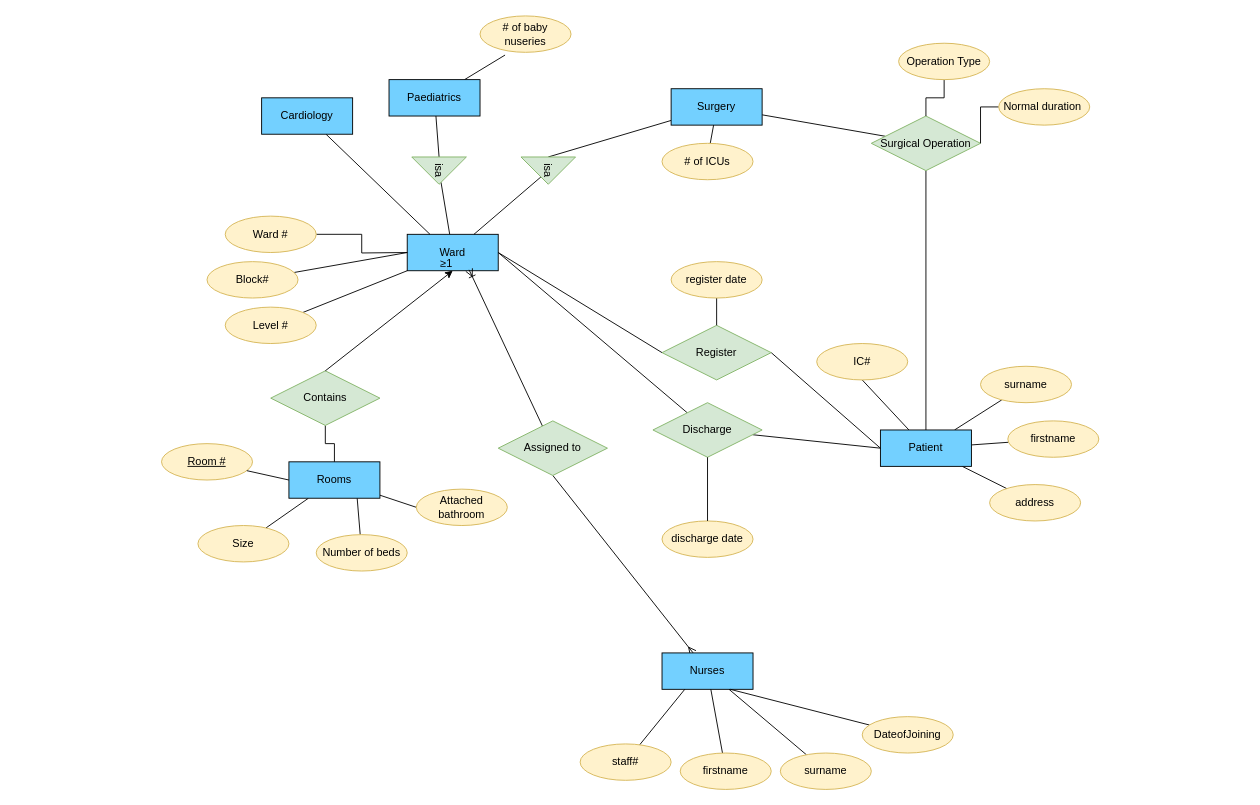
Before: SC2007 Tutorial1.drawio in jneoh001/SC2207, a draw.io diagram. Source tidied: cells renumbered, new cells numbered last; positions are measured from the earlier drawing's top-left corner, leaving out a move shared by most shapes. Both pictures are drawn from the tidied source at 91%, with x=0, y=0 at pixel (161, 15).
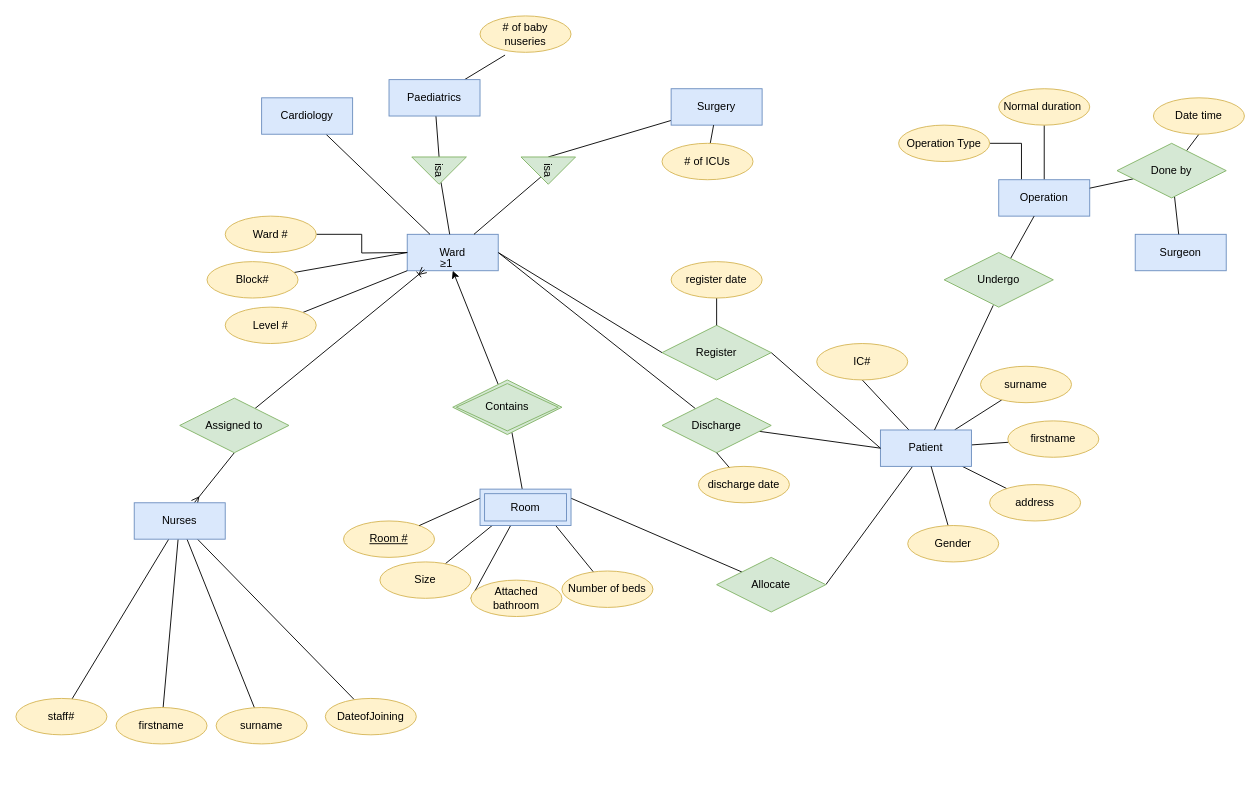
After the change.

The change refers to these unchanged cells:
```xml
<mxCell id="67" value="Normal duration&amp;nbsp;" style="ellipse;whiteSpace=wrap;html=1;align=center;fillColor=#fff2cc;strokeColor=#d6b656;" parent="1" vertex="1">
  <mxGeometry x="920" y="80" width="100" height="40" as="geometry" />
</mxCell>
```

What changed in the source:
```diff
@@
-    <mxCell id="3" value="Ward" style="whiteSpace=wrap;html=1;align=center;fillColor=#73D0FF;" parent="1" vertex="1">
+    <mxCell id="3" value="Ward" style="whiteSpace=wrap;html=1;align=center;fillColor=#dae8fc;strokeColor=#6c8ebf;" parent="1" vertex="1">
       <mxGeometry x="270" y="240" width="100" height="40" as="geometry" />
     </mxCell>
@@
-    <mxCell id="6" style="rounded=0;jettySize=auto;html=1;startArrow=none;startFill=0;endArrow=none;endFill=0;" parent="1" edge="1" source="9" target="15">
-      <mxGeometry relative="1" as="geometry" />
+    <mxCell id="6" style="rounded=0;jettySize=auto;html=1;startArrow=none;startFill=0;endArrow=none;endFill=0;" parent="1" edge="1" target="15">
+      <mxGeometry relative="1" as="geometry">
+        <mxPoint x="375.6" y="550" as="sourcePoint" />
+      </mxGeometry>
     </mxCell>
-    <mxCell id="7" style="rounded=0;jettySize=auto;html=1;startArrow=none;startFill=0;endArrow=none;endFill=0;exitX=0.75;exitY=1;exitDx=0;exitDy=0;" parent="1" edge="1" source="9" target="16">
-      <mxGeometry relative="1" as="geometry" />
+    <mxCell id="7" style="rounded=0;jettySize=auto;html=1;startArrow=none;startFill=0;endArrow=none;endFill=0;exitX=0.75;exitY=1;exitDx=0;exitDy=0;" parent="1" edge="1" target="16">
+      <mxGeometry relative="1" as="geometry">
+        <mxPoint x="425" y="550" as="sourcePoint" />
+      </mxGeometry>
     </mxCell>
-    <mxCell id="8" style="rounded=0;jettySize=auto;html=1;startArrow=none;startFill=0;endArrow=none;endFill=0;entryX=0;entryY=0.5;entryDx=0;entryDy=0;" parent="1" edge="1" source="9" target="17">
-      <mxGeometry relative="1" as="geometry" />
+    <mxCell id="8" style="rounded=0;jettySize=auto;html=1;startArrow=none;startFill=0;endArrow=none;endFill=0;entryX=0;entryY=0.5;entryDx=0;entryDy=0;" parent="1" edge="1" target="17">
+      <mxGeometry relative="1" as="geometry">
+        <mxPoint x="389.1" y="550" as="sourcePoint" />
+      </mxGeometry>
     </mxCell>
-    <mxCell id="9" value="Rooms" style="whiteSpace=wrap;html=1;align=center;fillColor=#73D0FF;" parent="1" vertex="1">
-      <mxGeometry x="140" y="490" width="100" height="40" as="geometry" />
-    </mxCell>
-    <mxCell id="10" style="edgeStyle=orthogonalEdgeStyle;rounded=0;jettySize=auto;html=1;startArrow=none;startFill=0;endArrow=none;endFill=0;" parent="1" edge="1" source="11" target="9">
-      <mxGeometry relative="1" as="geometry" />
-    </mxCell>
-    <mxCell id="11" value="Contains" style="shape=rhombus;perimeter=rhombusPerimeter;whiteSpace=wrap;html=1;align=center;fillColor=#d5e8d4;strokeColor=#82b366;" parent="1" vertex="1">
-      <mxGeometry x="120" y="390" width="120" height="60" as="geometry" />
-    </mxCell>
-    <mxCell id="12" style="endArrow=classic;html=1;rounded=0;exitX=0.5;exitY=0;exitDx=0;exitDy=0;entryX=0.5;entryY=1;entryDx=0;entryDy=0;endFill=1;" parent="1" edge="1" source="11" target="3">
+    <mxCell id="12" style="endArrow=classic;html=1;rounded=0;entryX=0.5;entryY=1;entryDx=0;entryDy=0;endFill=1;" parent="1" edge="1" source="11" target="3">
       <mxGeometry relative="1" as="geometry" />
     </mxCell>
@@
     <mxCell id="14" value="&lt;u&gt;Room #&lt;/u&gt;" style="ellipse;whiteSpace=wrap;html=1;align=center;fillColor=#fff2cc;strokeColor=#d6b656;" parent="1" vertex="1">
-      <mxGeometry y="470" width="100" height="40" as="geometry" />
+      <mxGeometry x="200" y="555" width="100" height="40" as="geometry" />
     </mxCell>
     <mxCell id="15" value="Size" style="ellipse;whiteSpace=wrap;html=1;align=center;fillColor=#fff2cc;strokeColor=#d6b656;" parent="1" vertex="1">
-      <mxGeometry x="40" y="560" width="100" height="40" as="geometry" />
+      <mxGeometry x="240" y="600" width="100" height="40" as="geometry" />
     </mxCell>
     <mxCell id="16" value="Number of beds" style="ellipse;whiteSpace=wrap;html=1;align=center;fillColor=#fff2cc;strokeColor=#d6b656;" parent="1" vertex="1">
-      <mxGeometry x="170" y="570" width="100" height="40" as="geometry" />
+      <mxGeometry x="440" y="610" width="100" height="40" as="geometry" />
     </mxCell>
     <mxCell id="17" value="Attached bathroom" style="ellipse;whiteSpace=wrap;html=1;align=center;fillColor=#fff2cc;strokeColor=#d6b656;" parent="1" vertex="1">
-      <mxGeometry x="280" y="520" width="100" height="40" as="geometry" />
+      <mxGeometry x="340" y="620" width="100" height="40" as="geometry" />
     </mxCell>
-    <mxCell id="18" style="endArrow=none;html=1;rounded=0;entryX=0;entryY=0.5;entryDx=0;entryDy=0;" parent="1" edge="1" source="14" target="9">
-      <mxGeometry relative="1" as="geometry" />
+    <mxCell id="18" style="endArrow=none;html=1;rounded=0;entryX=0;entryY=0.5;entryDx=0;entryDy=0;" parent="1" edge="1" source="14">
+      <mxGeometry relative="1" as="geometry">
+        <mxPoint x="350" y="530" as="targetPoint" />
+      </mxGeometry>
     </mxCell>
@@
+    <mxCell id="74" style="edgeStyle=none;rounded=0;jettySize=auto;html=1;entryX=1;entryY=0.5;entryDx=0;entryDy=0;startArrow=none;startFill=0;endArrow=none;endFill=0;" parent="1" edge="1" source="23" target="78">
+      <mxGeometry relative="1" as="geometry" />
+    </mxCell>
-    <mxCell id="23" value="Patient" style="whiteSpace=wrap;html=1;align=center;fillColor=#73D0FF;" parent="1" vertex="1">
+    <mxCell id="23" value="Patient" style="whiteSpace=wrap;html=1;align=center;fillColor=#dae8fc;strokeColor=#6c8ebf;" parent="1" vertex="1">
       <mxGeometry x="790" y="455" width="100" height="40" as="geometry" />
     </mxCell>
@@
     <mxCell id="32" value="Discharge" style="shape=rhombus;perimeter=rhombusPerimeter;whiteSpace=wrap;html=1;align=center;fillColor=#d5e8d4;strokeColor=#82b366;" parent="1" vertex="1">
-      <mxGeometry x="540" y="425" width="120" height="60" as="geometry" />
+      <mxGeometry x="550" y="420" width="120" height="60" as="geometry" />
     </mxCell>
     <mxCell id="33" value="discharge date" style="ellipse;whiteSpace=wrap;html=1;align=center;fillColor=#fff2cc;strokeColor=#d6b656;" parent="1" vertex="1">
-      <mxGeometry x="550" y="555" width="100" height="40" as="geometry" />
+      <mxGeometry x="590" y="495" width="100" height="40" as="geometry" />
     </mxCell>
@@
-    <mxCell id="39" value="Paediatrics" style="whiteSpace=wrap;html=1;align=center;fillColor=#73D0FF;" parent="1" vertex="1">
+    <mxCell id="39" value="Paediatrics" style="whiteSpace=wrap;html=1;align=center;fillColor=#dae8fc;strokeColor=#6c8ebf;" parent="1" vertex="1">
       <mxGeometry x="250" y="70" width="100" height="40" as="geometry" />
     </mxCell>
@@
-    <mxCell id="41" style="edgeStyle=none;rounded=0;jettySize=auto;html=1;strokeColor=default;startArrow=none;startFill=0;endArrow=none;endFill=0;" parent="1" edge="1" source="42" target="53">
-      <mxGeometry relative="1" as="geometry" />
-    </mxCell>
-    <mxCell id="42" value="Surgery" style="whiteSpace=wrap;html=1;align=center;fillColor=#73D0FF;" parent="1" vertex="1">
+    <mxCell id="42" value="Surgery" style="whiteSpace=wrap;html=1;align=center;fillColor=#dae8fc;strokeColor=#6c8ebf;" parent="1" vertex="1">
       <mxGeometry x="560" y="80" width="100" height="40" as="geometry" />
     </mxCell>
@@
-    <mxCell id="51" value="Cardiology" style="whiteSpace=wrap;html=1;align=center;fillColor=#73D0FF;" parent="1" vertex="1">
+    <mxCell id="51" value="Cardiology" style="whiteSpace=wrap;html=1;align=center;fillColor=#dae8fc;strokeColor=#6c8ebf;" parent="1" vertex="1">
       <mxGeometry x="110" y="90" width="100" height="40" as="geometry" />
     </mxCell>
-    <mxCell id="52" style="edgeStyle=none;rounded=0;jettySize=auto;html=1;strokeColor=default;startArrow=none;startFill=0;endArrow=none;endFill=0;" parent="1" edge="1" source="53" target="23">
+    <mxCell id="52" style="edgeStyle=none;rounded=0;jettySize=auto;html=1;strokeColor=default;startArrow=none;startFill=0;endArrow=none;endFill=0;exitX=0.45;exitY=0.967;exitDx=0;exitDy=0;exitPerimeter=0;" parent="1" edge="1" source="81" target="23">
       <mxGeometry relative="1" as="geometry" />
     </mxCell>
-    <mxCell id="53" value="Surgical Operation" style="shape=rhombus;perimeter=rhombusPerimeter;whiteSpace=wrap;html=1;align=center;fillColor=#d5e8d4;strokeColor=#82b366;" parent="1" vertex="1">
-      <mxGeometry x="780" y="110" width="120" height="60" as="geometry" />
-    </mxCell>
@@
-    <mxCell id="55" value="Nurses" style="whiteSpace=wrap;html=1;align=center;fillColor=#73D0FF;" parent="1" vertex="1">
-      <mxGeometry x="550" y="700" width="100" height="40" as="geometry" />
-    </mxCell>
-    <mxCell id="56" style="edgeStyle=none;rounded=0;jettySize=auto;html=1;entryX=0.25;entryY=1;entryDx=0;entryDy=0;strokeColor=default;startArrow=none;startFill=0;endArrow=none;endFill=0;" parent="1" edge="1" source="57" target="55">
+    <mxCell id="56" style="edgeStyle=none;rounded=0;jettySize=auto;html=1;strokeColor=default;startArrow=none;startFill=0;endArrow=none;endFill=0;" parent="1" edge="1" source="57" target="55">
       <mxGeometry relative="1" as="geometry" />
     </mxCell>
     <mxCell id="57" value="staff#" style="ellipse;whiteSpace=wrap;html=1;align=center;fillColor=#fff2cc;strokeColor=#d6b656;" parent="1" vertex="1">
-      <mxGeometry x="460" y="800" width="100" height="40" as="geometry" />
+      <mxGeometry x="-160" y="750" width="100" height="40" as="geometry" />
     </mxCell>
@@
     <mxCell id="59" value="firstname" style="ellipse;whiteSpace=wrap;html=1;align=center;fillColor=#fff2cc;strokeColor=#d6b656;" parent="1" vertex="1">
-      <mxGeometry x="570" y="810" width="100" height="40" as="geometry" />
+      <mxGeometry x="-50" y="760" width="100" height="40" as="geometry" />
     </mxCell>
@@
     <mxCell id="61" value="surname" style="ellipse;whiteSpace=wrap;html=1;align=center;fillColor=#fff2cc;strokeColor=#d6b656;" parent="1" vertex="1">
-      <mxGeometry x="680" y="810" width="100" height="40" as="geometry" />
+      <mxGeometry x="60" y="760" width="100" height="40" as="geometry" />
     </mxCell>
-    <mxCell id="62" style="edgeStyle=none;rounded=0;jettySize=auto;html=1;entryX=0.75;entryY=1;entryDx=0;entryDy=0;strokeColor=default;startArrow=none;startFill=0;endArrow=none;endFill=0;" parent="1" edge="1" source="63" target="55">
+    <mxCell id="62" style="edgeStyle=none;rounded=0;jettySize=auto;html=1;strokeColor=default;startArrow=none;startFill=0;endArrow=none;endFill=0;" parent="1" edge="1" source="63" target="55">
       <mxGeometry relative="1" as="geometry" />
     </mxCell>
     <mxCell id="63" value="DateofJoining" style="ellipse;whiteSpace=wrap;html=1;align=center;fillColor=#fff2cc;strokeColor=#d6b656;" parent="1" vertex="1">
-      <mxGeometry x="770" y="770" width="100" height="40" as="geometry" />
+      <mxGeometry x="180" y="750" width="100" height="40" as="geometry" />
     </mxCell>
-    <mxCell id="64" style="edgeStyle=orthogonalEdgeStyle;rounded=0;jettySize=auto;html=1;endArrow=none;endFill=0;" parent="1" edge="1" source="65" target="53">
+    <mxCell id="64" style="edgeStyle=orthogonalEdgeStyle;rounded=0;jettySize=auto;html=1;endArrow=none;endFill=0;entryX=0.25;entryY=0;entryDx=0;entryDy=0;" parent="1" edge="1" source="65" target="79">
       <mxGeometry relative="1" as="geometry" />
     </mxCell>
     <mxCell id="65" value="Operation Type" style="ellipse;whiteSpace=wrap;html=1;align=center;fillColor=#fff2cc;strokeColor=#d6b656;" parent="1" vertex="1">
-      <mxGeometry x="810" y="30" width="100" height="40" as="geometry" />
+      <mxGeometry x="810" y="120" width="100" height="40" as="geometry" />
     </mxCell>
-    <mxCell id="66" style="edgeStyle=orthogonalEdgeStyle;rounded=0;jettySize=auto;html=1;entryX=1;entryY=0.5;entryDx=0;entryDy=0;endArrow=none;endFill=0;" parent="1" edge="1" source="67" target="53">
+    <mxCell id="66" style="edgeStyle=orthogonalEdgeStyle;rounded=0;jettySize=auto;html=1;endArrow=none;endFill=0;" parent="1" edge="1" source="67" target="79">
       <mxGeometry relative="1" as="geometry" />
     </mxCell>
@@
-    <mxCell id="68" style="edgeStyle=none;rounded=0;jettySize=auto;html=1;entryX=0.68;entryY=0.975;entryDx=0;entryDy=0;entryPerimeter=0;endArrow=ERoneToMany;endFill=0;" parent="1" edge="1" source="69" target="3">
+    <mxCell id="68" style="edgeStyle=none;rounded=0;jettySize=auto;html=1;entryX=0.19;entryY=0.975;entryDx=0;entryDy=0;entryPerimeter=0;endArrow=ERoneToMany;endFill=0;" parent="1" edge="1" source="69" target="3">
       <mxGeometry relative="1" as="geometry" />
     </mxCell>
     <mxCell id="69" value="Assigned to" style="shape=rhombus;perimeter=rhombusPerimeter;whiteSpace=wrap;html=1;align=center;fillColor=#d5e8d4;strokeColor=#82b366;" parent="1" vertex="1">
-      <mxGeometry x="370" y="445" width="120" height="60" as="geometry" />
+      <mxGeometry x="20" y="420" width="120" height="60" as="geometry" />
     </mxCell>
@@
+    <mxCell id="75" style="edgeStyle=none;rounded=0;jettySize=auto;html=1;startArrow=none;startFill=0;endArrow=none;endFill=0;" parent="1" edge="1" source="76" target="23">
+      <mxGeometry relative="1" as="geometry" />
+    </mxCell>
+    <mxCell id="76" value="Gender" style="ellipse;whiteSpace=wrap;html=1;align=center;fillColor=#fff2cc;strokeColor=#d6b656;" parent="1" vertex="1">
+      <mxGeometry x="820" y="560" width="100" height="40" as="geometry" />
+    </mxCell>
+    <mxCell id="77" style="edgeStyle=none;rounded=0;jettySize=auto;html=1;entryX=1;entryY=0.5;entryDx=0;entryDy=0;startArrow=none;startFill=0;endArrow=none;endFill=0;" parent="1" edge="1" source="78">
+      <mxGeometry relative="1" as="geometry">
+        <mxPoint x="450" y="530" as="targetPoint" />
+      </mxGeometry>
+    </mxCell>
+    <mxCell id="78" value="Allocate" style="shape=rhombus;perimeter=rhombusPerimeter;whiteSpace=wrap;html=1;align=center;fillColor=#d5e8d4;strokeColor=#82b366;" parent="1" vertex="1">
+      <mxGeometry x="610" y="595" width="120" height="60" as="geometry" />
+    </mxCell>
+    <mxCell id="79" value="Operation" style="whiteSpace=wrap;html=1;align=center;fillColor=#dae8fc;strokeColor=#6c8ebf;" parent="1" vertex="1">
+      <mxGeometry x="920" y="180" width="100" height="40" as="geometry" />
+    </mxCell>
+    <mxCell id="80" style="edgeStyle=none;rounded=0;jettySize=auto;html=1;startArrow=none;startFill=0;endArrow=none;endFill=0;" parent="1" edge="1" source="81" target="79">
+      <mxGeometry relative="1" as="geometry" />
+    </mxCell>
+    <mxCell id="81" value="Undergo" style="shape=rhombus;perimeter=rhombusPerimeter;whiteSpace=wrap;html=1;align=center;fillColor=#d5e8d4;strokeColor=#82b366;" parent="1" vertex="1">
+      <mxGeometry x="860" y="260" width="120" height="60" as="geometry" />
+    </mxCell>
+    <mxCell id="82" value="Surgeon" style="whiteSpace=wrap;html=1;align=center;fillColor=#dae8fc;strokeColor=#6c8ebf;" parent="1" vertex="1">
+      <mxGeometry x="1070" y="240" width="100" height="40" as="geometry" />
+    </mxCell>
+    <mxCell id="83" style="edgeStyle=none;rounded=0;jettySize=auto;html=1;startArrow=none;startFill=0;endArrow=none;endFill=0;" parent="1" edge="1" source="86" target="82">
+      <mxGeometry relative="1" as="geometry" />
+    </mxCell>
+    <mxCell id="84" style="edgeStyle=none;rounded=0;jettySize=auto;html=1;startArrow=none;startFill=0;endArrow=none;endFill=0;" parent="1" edge="1" source="86" target="79">
+      <mxGeometry relative="1" as="geometry" />
+    </mxCell>
+    <mxCell id="85" style="edgeStyle=none;rounded=0;jettySize=auto;html=1;entryX=0.5;entryY=1;entryDx=0;entryDy=0;startArrow=none;startFill=0;endArrow=none;endFill=0;" parent="1" edge="1" source="86" target="87">
+      <mxGeometry relative="1" as="geometry" />
+    </mxCell>
+    <mxCell id="86" value="Done by" style="shape=rhombus;perimeter=rhombusPerimeter;whiteSpace=wrap;html=1;align=center;fillColor=#d5e8d4;strokeColor=#82b366;" parent="1" vertex="1">
+      <mxGeometry x="1050" y="140" width="120" height="60" as="geometry" />
+    </mxCell>
+    <mxCell id="87" value="Date time" style="ellipse;whiteSpace=wrap;html=1;align=center;fillColor=#fff2cc;strokeColor=#d6b656;" parent="1" vertex="1">
+      <mxGeometry x="1090" y="90" width="100" height="40" as="geometry" />
+    </mxCell>
+    <mxCell id="55" value="Nurses" style="whiteSpace=wrap;html=1;align=center;fillColor=#dae8fc;strokeColor=#6c8ebf;" parent="1" vertex="1">
+      <mxGeometry x="-30" y="535" width="100" height="40" as="geometry" />
+    </mxCell>
+    <mxCell id="88" style="edgeStyle=none;rounded=0;jettySize=auto;html=1;startArrow=none;startFill=0;endArrow=none;endFill=0;" parent="1" edge="1" source="89" target="11">
+      <mxGeometry relative="1" as="geometry" />
+    </mxCell>
+    <mxCell id="89" value="Room" style="shape=ext;margin=3;double=1;whiteSpace=wrap;html=1;align=center;fillColor=#dae8fc;strokeColor=#6c8ebf;" parent="1" vertex="1">
+      <mxGeometry x="350" y="520" width="100" height="40" as="geometry" />
+    </mxCell>
+    <mxCell id="11" value="Contains" style="shape=rhombus;double=1;perimeter=rhombusPerimeter;whiteSpace=wrap;html=1;align=center;fillColor=#d5e8d4;strokeColor=#82b366;" parent="1" vertex="1">
+      <mxGeometry x="320" y="400" width="120" height="60" as="geometry" />
+    </mxCell>
```
